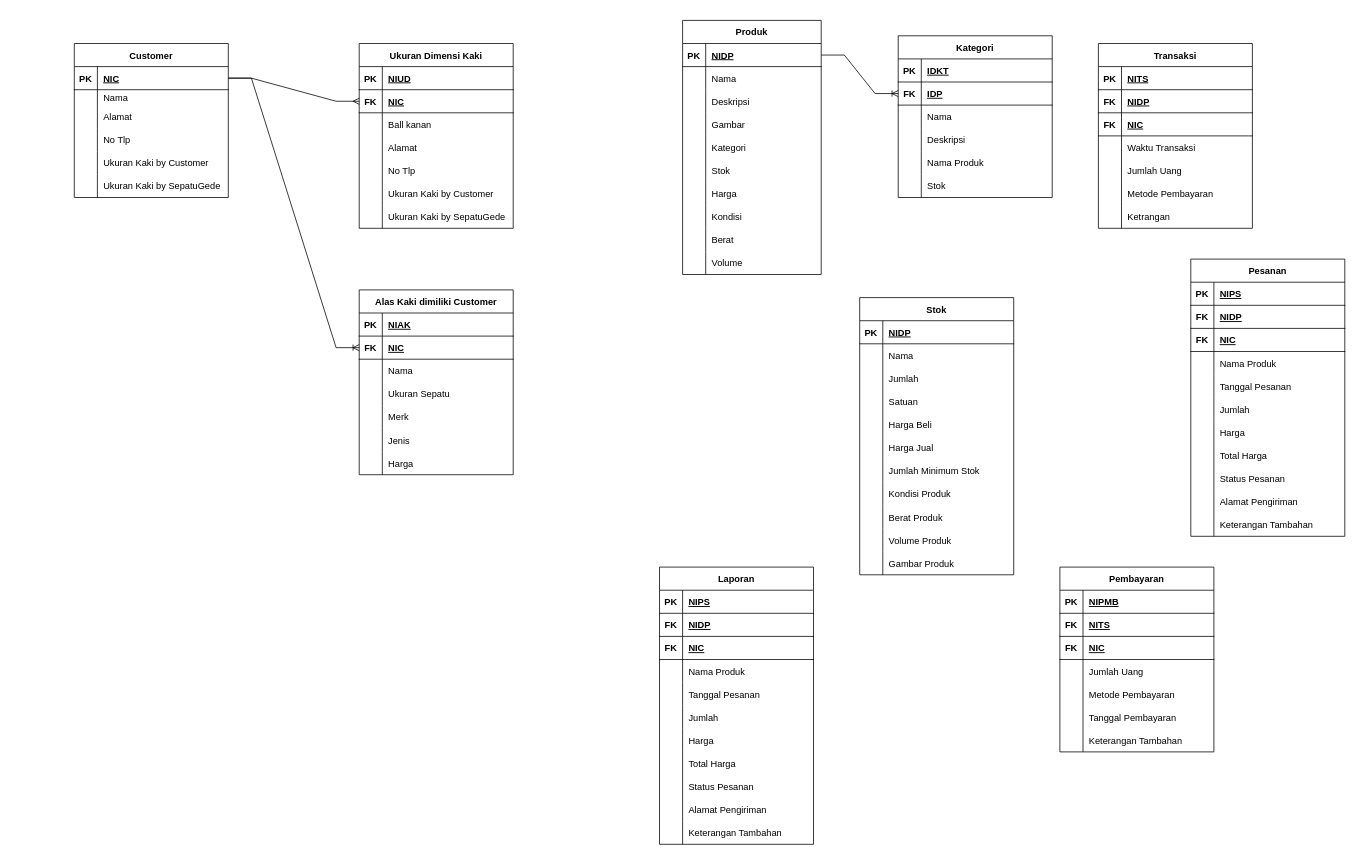
zamzam-mugny/sage.github.io keeps this draw.io diagram as POS.drawio. Above is the earlier version. Source tidied: cells renumbered, new cells numbered last; positions are measured from the earlier drawing's top-left corner, leaving out a move shared by most shapes. Both pictures are drawn from the tidied source at 77%, with x=0, y=0 at pixel (74, 20).
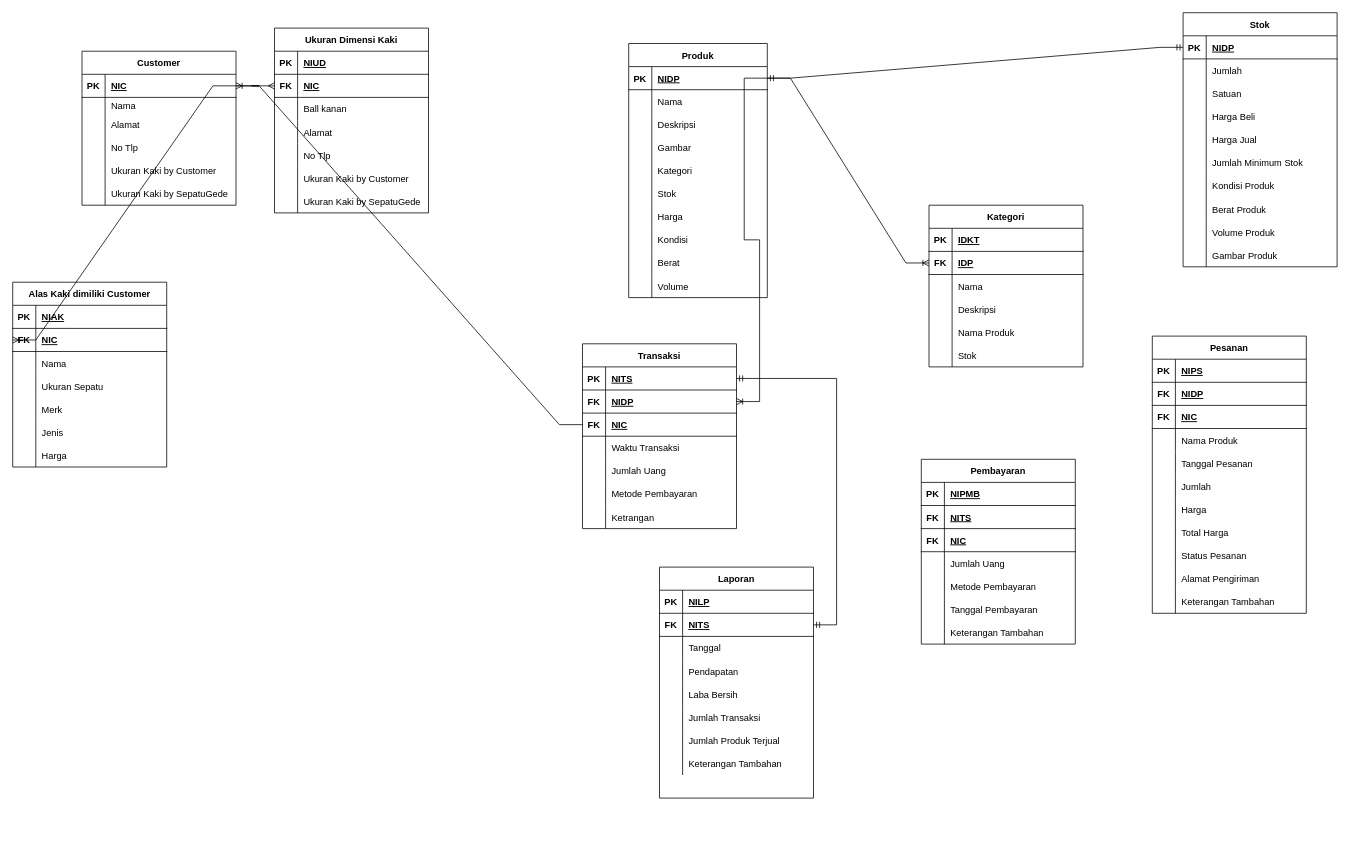
The same diagram, later.

The change refers to these unchanged cells:
```xml
<mxCell id="3" style="shape=tableRow;horizontal=0;startSize=0;swimlaneHead=0;swimlaneBody=0;fillColor=none;points=[[0,0.5],[1,0.5]];portConstraint=eastwest;top=0;left=0;right=0;bottom=1;" parent="2" vertex="1">
  <mxGeometry y="30" width="200" height="30" as="geometry" />
</mxCell>
<mxCell id="68" style="shape=tableRow;horizontal=0;startSize=0;swimlaneHead=0;swimlaneBody=0;fillColor=none;points=[[0,0.5],[1,0.5]];portConstraint=eastwest;top=0;left=0;right=0;bottom=1;" parent="67" vertex="1">
  <mxGeometry y="30" width="180" height="30" as="geometry" />
</mxCell>
<mxCell id="153" style="shape=tableRow;horizontal=0;startSize=0;swimlaneHead=0;swimlaneBody=0;fillColor=none;points=[[0,0.5],[1,0.5]];portConstraint=eastwest;top=0;left=0;right=0;bottom=1;" parent="152" vertex="1">
  <mxGeometry y="30" width="200" height="30" as="geometry" />
</mxCell>
<mxCell id="156" style="shape=tableRow;horizontal=0;startSize=0;swimlaneHead=0;swimlaneBody=0;fillColor=none;points=[[0,0.5],[1,0.5]];portConstraint=eastwest;top=0;left=0;right=0;bottom=1;" parent="152" vertex="1">
  <mxGeometry y="60" width="200" height="30" as="geometry" />
</mxCell>
<mxCell id="159" style="shape=tableRow;horizontal=0;startSize=0;swimlaneHead=0;swimlaneBody=0;fillColor=none;points=[[0,0.5],[1,0.5]];portConstraint=eastwest;top=0;left=0;right=0;bottom=1;" parent="152" vertex="1">
  <mxGeometry y="90" width="200" height="30" as="geometry" />
</mxCell>
<mxCell id="175" style="shape=tableRow;horizontal=0;startSize=0;swimlaneHead=0;swimlaneBody=0;fillColor=none;points=[[0,0.5],[1,0.5]];portConstraint=eastwest;top=0;left=0;right=0;bottom=1;" parent="174" vertex="1">
  <mxGeometry y="30" width="200" height="30" as="geometry" />
</mxCell>
<mxCell id="209" style="shape=tableRow;horizontal=0;startSize=0;swimlaneHead=0;swimlaneBody=0;fillColor=none;top=0;left=0;right=0;bottom=1;" parent="208" vertex="1">
  <mxGeometry y="30" width="200" height="30" as="geometry" />
</mxCell>
<mxCell id="212" style="shape=tableRow;horizontal=0;startSize=0;swimlaneHead=0;swimlaneBody=0;fillColor=none;points=[[0,0.5],[1,0.5]];portConstraint=eastwest;top=0;left=0;right=0;bottom=1;" parent="208" vertex="1">
  <mxGeometry y="60" width="200" height="30" as="geometry" />
</mxCell>
```

The edit, as a diff of the source:
```diff
@@
     <mxCell id="2" value="Customer" style="shape=table;startSize=30;childLayout=tableLayout;rowLines=0;fontStyle=1;align=center;" parent="1" vertex="1">
-      <mxGeometry y="30" width="200" height="200" as="geometry" />
+      <mxGeometry x="10" y="40" width="200" height="200" as="geometry" />
     </mxCell>
@@
     <mxCell id="21" value="Alas Kaki dimiliki Customer" style="shape=table;startSize=30;childLayout=tableLayout;rowLines=0;fontStyle=1;align=center;" parent="1" vertex="1">
-      <mxGeometry x="370" y="350" width="200" height="240" as="geometry" />
+      <mxGeometry x="-80" y="340" width="200" height="240" as="geometry" />
     </mxCell>
@@
     <mxCell id="44" value="Ukuran Dimensi Kaki" style="shape=table;startSize=30;childLayout=tableLayout;rowLines=0;fontStyle=1;align=center;" parent="1" vertex="1">
-      <mxGeometry x="370" y="30" width="200" height="240" as="geometry" />
+      <mxGeometry x="260" y="10" width="200" height="240" as="geometry" />
     </mxCell>
@@
     <mxCell id="67" value="Produk" style="shape=table;startSize=30;childLayout=tableLayout;rowLines=0;fontStyle=1;align=center;" parent="1" vertex="1">
-      <mxGeometry x="790" width="180" height="330" as="geometry" />
+      <mxGeometry x="720" y="30" width="180" height="330" as="geometry" />
     </mxCell>
@@
     <mxCell id="98" value="Kategori" style="shape=table;startSize=30;childLayout=tableLayout;rowLines=0;fontStyle=1;align=center;" parent="1" vertex="1">
-      <mxGeometry x="1070" y="20" width="200" height="210" as="geometry" />
+      <mxGeometry x="1110" y="240" width="200" height="210" as="geometry" />
     </mxCell>
@@
     <mxCell id="118" value="Pesanan" style="shape=table;startSize=30;childLayout=tableLayout;rowLines=0;fontStyle=1;align=center;" parent="1" vertex="1">
-      <mxGeometry x="1450" y="310" width="200" height="360" as="geometry" />
+      <mxGeometry x="1400" y="410" width="200" height="360" as="geometry" />
     </mxCell>
@@
     <mxCell id="152" value="Transaksi" style="shape=table;startSize=30;childLayout=tableLayout;rowLines=0;fontStyle=1;align=center;" parent="1" vertex="1">
-      <mxGeometry x="1330" y="30" width="200" height="240" as="geometry" />
+      <mxGeometry x="660" y="420" width="200" height="240" as="geometry" />
     </mxCell>
@@
     <mxCell id="174" value="Stok" style="shape=table;startSize=30;childLayout=tableLayout;rowLines=0;fontStyle=1;align=center;" parent="1" vertex="1">
-      <mxGeometry x="1020" y="360" width="200" height="360" as="geometry" />
+      <mxGeometry x="1440" y="-10" width="200" height="330" as="geometry" />
     </mxCell>
@@
-    <mxCell id="178" style="shape=tableRow;horizontal=0;startSize=0;swimlaneHead=0;swimlaneBody=0;fillColor=none;top=0;left=0;right=0;bottom=0;" parent="174" vertex="1">
-      <mxGeometry y="60" width="200" height="30" as="geometry" />
-    </mxCell>
-    <mxCell id="179" style="shape=partialRectangle;fillColor=none;top=0;left=0;bottom=0;right=0;overflow=hidden;" parent="178" vertex="1">
-      <mxGeometry width="30" height="30" as="geometry" />
-    </mxCell>
-    <mxCell id="180" value="Nama " style="shape=partialRectangle;fillColor=none;top=0;left=0;bottom=0;right=0;align=left;spacingLeft=6;overflow=hidden;" parent="178" vertex="1">
-      <mxGeometry x="30" width="170" height="30" as="geometry" />
-    </mxCell>
     <mxCell id="181" style="shape=tableRow;horizontal=0;startSize=0;swimlaneHead=0;swimlaneBody=0;fillColor=none;top=0;left=0;right=0;bottom=0;" parent="174" vertex="1">
-      <mxGeometry y="90" width="200" height="30" as="geometry" />
+      <mxGeometry y="60" width="200" height="30" as="geometry" />
     </mxCell>
@@
     <mxCell id="184" style="shape=tableRow;horizontal=0;startSize=0;swimlaneHead=0;swimlaneBody=0;fillColor=none;top=0;left=0;right=0;bottom=0;" parent="174" vertex="1">
-      <mxGeometry y="120" width="200" height="30" as="geometry" />
+      <mxGeometry y="90" width="200" height="30" as="geometry" />
     </mxCell>
@@
     <mxCell id="187" style="shape=tableRow;horizontal=0;startSize=0;swimlaneHead=0;swimlaneBody=0;fillColor=none;top=0;left=0;right=0;bottom=0;" parent="174" vertex="1">
-      <mxGeometry y="150" width="200" height="30" as="geometry" />
+      <mxGeometry y="120" width="200" height="30" as="geometry" />
     </mxCell>
@@
     <mxCell id="190" style="shape=tableRow;horizontal=0;startSize=0;swimlaneHead=0;swimlaneBody=0;fillColor=none;top=0;left=0;right=0;bottom=0;" parent="174" vertex="1">
-      <mxGeometry y="180" width="200" height="30" as="geometry" />
+      <mxGeometry y="150" width="200" height="30" as="geometry" />
     </mxCell>
@@
     <mxCell id="193" style="shape=tableRow;horizontal=0;startSize=0;swimlaneHead=0;swimlaneBody=0;fillColor=none;top=0;left=0;right=0;bottom=0;" parent="174" vertex="1">
-      <mxGeometry y="210" width="200" height="30" as="geometry" />
+      <mxGeometry y="180" width="200" height="30" as="geometry" />
     </mxCell>
@@
     <mxCell id="196" style="shape=tableRow;horizontal=0;startSize=0;swimlaneHead=0;swimlaneBody=0;fillColor=none;top=0;left=0;right=0;bottom=0;" parent="174" vertex="1">
-      <mxGeometry y="240" width="200" height="30" as="geometry" />
+      <mxGeometry y="210" width="200" height="30" as="geometry" />
     </mxCell>
@@
     <mxCell id="199" style="shape=tableRow;horizontal=0;startSize=0;swimlaneHead=0;swimlaneBody=0;fillColor=none;top=0;left=0;right=0;bottom=0;" parent="174" vertex="1">
-      <mxGeometry y="270" width="200" height="30" as="geometry" />
+      <mxGeometry y="240" width="200" height="30" as="geometry" />
     </mxCell>
@@
     <mxCell id="202" style="shape=tableRow;horizontal=0;startSize=0;swimlaneHead=0;swimlaneBody=0;fillColor=none;top=0;left=0;right=0;bottom=0;" parent="174" vertex="1">
-      <mxGeometry y="300" width="200" height="30" as="geometry" />
+      <mxGeometry y="270" width="200" height="30" as="geometry" />
     </mxCell>
@@
     <mxCell id="205" style="shape=tableRow;horizontal=0;startSize=0;swimlaneHead=0;swimlaneBody=0;fillColor=none;top=0;left=0;right=0;bottom=0;" parent="174" vertex="1">
-      <mxGeometry y="330" width="200" height="30" as="geometry" />
+      <mxGeometry y="300" width="200" height="30" as="geometry" />
     </mxCell>
@@
     <mxCell id="208" value="Laporan" style="shape=table;startSize=30;childLayout=tableLayout;rowLines=0;fontStyle=1;align=center;" parent="1" vertex="1">
-      <mxGeometry x="760" y="710" width="200" height="360" as="geometry" />
+      <mxGeometry x="760" y="710" width="200" height="300" as="geometry" />
     </mxCell>
@@
-    <mxCell id="211" value="NIPS" style="shape=partialRectangle;fillColor=none;top=0;left=0;bottom=0;right=0;align=left;spacingLeft=6;fontStyle=5;overflow=hidden;" parent="209" vertex="1">
+    <mxCell id="211" value="NILP" style="shape=partialRectangle;fillColor=none;top=0;left=0;bottom=0;right=0;align=left;spacingLeft=6;fontStyle=5;overflow=hidden;" parent="209" vertex="1">
       <mxGeometry x="30" width="170" height="30" as="geometry" />
     </mxCell>
@@
-    <mxCell id="213" value="FK" style="shape=partialRectangle;fillColor=none;top=0;left=0;bottom=0;right=0;fontStyle=1;overflow=hidden;" parent="212" vertex="1">
-      <mxGeometry width="30" height="30" as="geometry" />
-    </mxCell>
-    <mxCell id="214" value="NIDP" style="shape=partialRectangle;fillColor=none;top=0;left=0;bottom=0;right=0;align=left;spacingLeft=6;fontStyle=5;overflow=hidden;" parent="212" vertex="1">
-      <mxGeometry x="30" width="170" height="30" as="geometry" />
-    </mxCell>
-    <mxCell id="215" style="shape=tableRow;horizontal=0;startSize=0;swimlaneHead=0;swimlaneBody=0;fillColor=none;top=0;left=0;right=0;bottom=1;" parent="208" vertex="1">
-      <mxGeometry y="90" width="200" height="30" as="geometry" />
-    </mxCell>
-    <mxCell id="216" value="FK" style="shape=partialRectangle;fillColor=none;top=0;left=0;bottom=0;right=0;fontStyle=1;overflow=hidden;" parent="215" vertex="1">
-      <mxGeometry width="30" height="30" as="geometry" />
-    </mxCell>
-    <mxCell id="217" value="NIC" style="shape=partialRectangle;fillColor=none;top=0;left=0;bottom=0;right=0;align=left;spacingLeft=6;fontStyle=5;overflow=hidden;" parent="215" vertex="1">
-      <mxGeometry x="30" width="170" height="30" as="geometry" />
-    </mxCell>
+    <mxCell id="264" value="FK" style="shape=partialRectangle;fillColor=none;top=0;left=0;bottom=0;right=0;fontStyle=1;overflow=hidden;" parent="212" vertex="1">
+      <mxGeometry width="30" height="30" as="geometry" />
+    </mxCell>
+    <mxCell id="265" value="NITS" style="shape=partialRectangle;fillColor=none;top=0;left=0;bottom=0;right=0;align=left;spacingLeft=6;fontStyle=5;overflow=hidden;" parent="212" vertex="1">
+      <mxGeometry x="30" width="170" height="30" as="geometry" />
+    </mxCell>
     <mxCell id="218" style="shape=tableRow;horizontal=0;startSize=0;swimlaneHead=0;swimlaneBody=0;fillColor=none;top=0;left=0;right=0;bottom=0;" parent="208" vertex="1">
-      <mxGeometry y="120" width="200" height="30" as="geometry" />
+      <mxGeometry y="90" width="200" height="30" as="geometry" />
     </mxCell>
@@
-    <mxCell id="220" value="Nama Produk  " style="shape=partialRectangle;fillColor=none;top=0;left=0;bottom=0;right=0;align=left;spacingLeft=6;overflow=hidden;" parent="218" vertex="1">
+    <mxCell id="220" value="Tanggal" style="shape=partialRectangle;fillColor=none;top=0;left=0;bottom=0;right=0;align=left;spacingLeft=6;overflow=hidden;" parent="218" vertex="1">
       <mxGeometry x="30" width="170" height="30" as="geometry" />
     </mxCell>
     <mxCell id="221" style="shape=tableRow;horizontal=0;startSize=0;swimlaneHead=0;swimlaneBody=0;fillColor=none;top=0;left=0;right=0;bottom=0;" parent="208" vertex="1">
-      <mxGeometry y="150" width="200" height="30" as="geometry" />
+      <mxGeometry y="120" width="200" height="30" as="geometry" />
     </mxCell>
@@
-    <mxCell id="223" value="Tanggal Pesanan" style="shape=partialRectangle;fillColor=none;top=0;left=0;bottom=0;right=0;align=left;spacingLeft=6;overflow=hidden;" parent="221" vertex="1">
+    <mxCell id="223" value="Pendapatan" style="shape=partialRectangle;fillColor=none;top=0;left=0;bottom=0;right=0;align=left;spacingLeft=6;overflow=hidden;" parent="221" vertex="1">
       <mxGeometry x="30" width="170" height="30" as="geometry" />
     </mxCell>
     <mxCell id="224" style="shape=tableRow;horizontal=0;startSize=0;swimlaneHead=0;swimlaneBody=0;fillColor=none;top=0;left=0;right=0;bottom=0;" parent="208" vertex="1">
-      <mxGeometry y="180" width="200" height="30" as="geometry" />
+      <mxGeometry y="150" width="200" height="30" as="geometry" />
     </mxCell>
@@
-    <mxCell id="226" value="Jumlah" style="shape=partialRectangle;fillColor=none;top=0;left=0;bottom=0;right=0;align=left;spacingLeft=6;overflow=hidden;" parent="224" vertex="1">
+    <mxCell id="226" value="Laba Bersih" style="shape=partialRectangle;fillColor=none;top=0;left=0;bottom=0;right=0;align=left;spacingLeft=6;overflow=hidden;" parent="224" vertex="1">
       <mxGeometry x="30" width="170" height="30" as="geometry" />
     </mxCell>
     <mxCell id="227" style="shape=tableRow;horizontal=0;startSize=0;swimlaneHead=0;swimlaneBody=0;fillColor=none;top=0;left=0;right=0;bottom=0;" parent="208" vertex="1">
-      <mxGeometry y="210" width="200" height="30" as="geometry" />
+      <mxGeometry y="180" width="200" height="30" as="geometry" />
     </mxCell>
@@
-    <mxCell id="229" value="Harga " style="shape=partialRectangle;fillColor=none;top=0;left=0;bottom=0;right=0;align=left;spacingLeft=6;overflow=hidden;" parent="227" vertex="1">
+    <mxCell id="229" value="Jumlah Transaksi" style="shape=partialRectangle;fillColor=none;top=0;left=0;bottom=0;right=0;align=left;spacingLeft=6;overflow=hidden;" parent="227" vertex="1">
       <mxGeometry x="30" width="170" height="30" as="geometry" />
     </mxCell>
     <mxCell id="230" style="shape=tableRow;horizontal=0;startSize=0;swimlaneHead=0;swimlaneBody=0;fillColor=none;top=0;left=0;right=0;bottom=0;" parent="208" vertex="1">
-      <mxGeometry y="240" width="200" height="30" as="geometry" />
+      <mxGeometry y="210" width="200" height="30" as="geometry" />
     </mxCell>
@@
-    <mxCell id="232" value="Total Harga" style="shape=partialRectangle;fillColor=none;top=0;left=0;bottom=0;right=0;align=left;spacingLeft=6;overflow=hidden;" parent="230" vertex="1">
+    <mxCell id="232" value="Jumlah Produk Terjual" style="shape=partialRectangle;fillColor=none;top=0;left=0;bottom=0;right=0;align=left;spacingLeft=6;overflow=hidden;" parent="230" vertex="1">
       <mxGeometry x="30" width="170" height="30" as="geometry" />
     </mxCell>
-    <mxCell id="233" style="shape=tableRow;horizontal=0;startSize=0;swimlaneHead=0;swimlaneBody=0;fillColor=none;top=0;left=0;right=0;bottom=0;" parent="208" vertex="1">
-      <mxGeometry y="270" width="200" height="30" as="geometry" />
-    </mxCell>
-    <mxCell id="234" style="shape=partialRectangle;fillColor=none;top=0;left=0;bottom=0;right=0;overflow=hidden;" parent="233" vertex="1">
-      <mxGeometry width="30" height="30" as="geometry" />
-    </mxCell>
-    <mxCell id="235" value="Status Pesanan" style="shape=partialRectangle;fillColor=none;top=0;left=0;bottom=0;right=0;align=left;spacingLeft=6;overflow=hidden;" parent="233" vertex="1">
-      <mxGeometry x="30" width="170" height="30" as="geometry" />
-    </mxCell>
-    <mxCell id="236" style="shape=tableRow;horizontal=0;startSize=0;swimlaneHead=0;swimlaneBody=0;fillColor=none;top=0;left=0;right=0;bottom=0;" parent="208" vertex="1">
-      <mxGeometry y="300" width="200" height="30" as="geometry" />
-    </mxCell>
-    <mxCell id="237" style="shape=partialRectangle;fillColor=none;top=0;left=0;bottom=0;right=0;overflow=hidden;" parent="236" vertex="1">
-      <mxGeometry width="30" height="30" as="geometry" />
-    </mxCell>
-    <mxCell id="238" value="Alamat Pengiriman" style="shape=partialRectangle;fillColor=none;top=0;left=0;bottom=0;right=0;align=left;spacingLeft=6;overflow=hidden;" parent="236" vertex="1">
-      <mxGeometry x="30" width="170" height="30" as="geometry" />
-    </mxCell>
     <mxCell id="239" style="shape=tableRow;horizontal=0;startSize=0;swimlaneHead=0;swimlaneBody=0;fillColor=none;top=0;left=0;right=0;bottom=0;" parent="208" vertex="1">
-      <mxGeometry y="330" width="200" height="30" as="geometry" />
+      <mxGeometry y="240" width="200" height="30" as="geometry" />
     </mxCell>
@@
     <mxCell id="242" value="Pembayaran" style="shape=table;startSize=30;childLayout=tableLayout;rowLines=0;fontStyle=1;align=center;" parent="1" vertex="1">
-      <mxGeometry x="1280" y="710" width="200" height="240" as="geometry" />
+      <mxGeometry x="1100" y="570" width="200" height="240" as="geometry" />
     </mxCell>
@@
+    <mxCell id="266" style="edgeStyle=entityRelationEdgeStyle;fontSize=12;html=1;endArrow=ERoneToMany;rounded=0;exitX=1;exitY=0.5;exitDx=0;exitDy=0;" parent="1" edge="1" source="68" target="156">
+      <mxGeometry relative="1" as="geometry" />
+    </mxCell>
+    <mxCell id="267" style="edgeStyle=entityRelationEdgeStyle;fontSize=12;html=1;endArrow=ERmandOne;startArrow=ERmandOne;rounded=0;entryX=0;entryY=0.5;entryDx=0;entryDy=0;" parent="1" edge="1" source="68" target="175">
+      <mxGeometry relative="1" as="geometry" />
+    </mxCell>
+    <mxCell id="268" style="edgeStyle=entityRelationEdgeStyle;fontSize=12;html=1;endArrow=ERoneToMany;rounded=0;exitX=0;exitY=0.5;exitDx=0;exitDy=0;" parent="1" edge="1" source="159" target="3">
+      <mxGeometry relative="1" as="geometry" />
+    </mxCell>
+    <mxCell id="269" style="edgeStyle=entityRelationEdgeStyle;fontSize=12;html=1;endArrow=ERmandOne;startArrow=ERmandOne;rounded=0;entryX=1;entryY=0.5;entryDx=0;entryDy=0;" parent="1" edge="1" source="212" target="153">
+      <mxGeometry relative="1" as="geometry" />
+    </mxCell>
```
